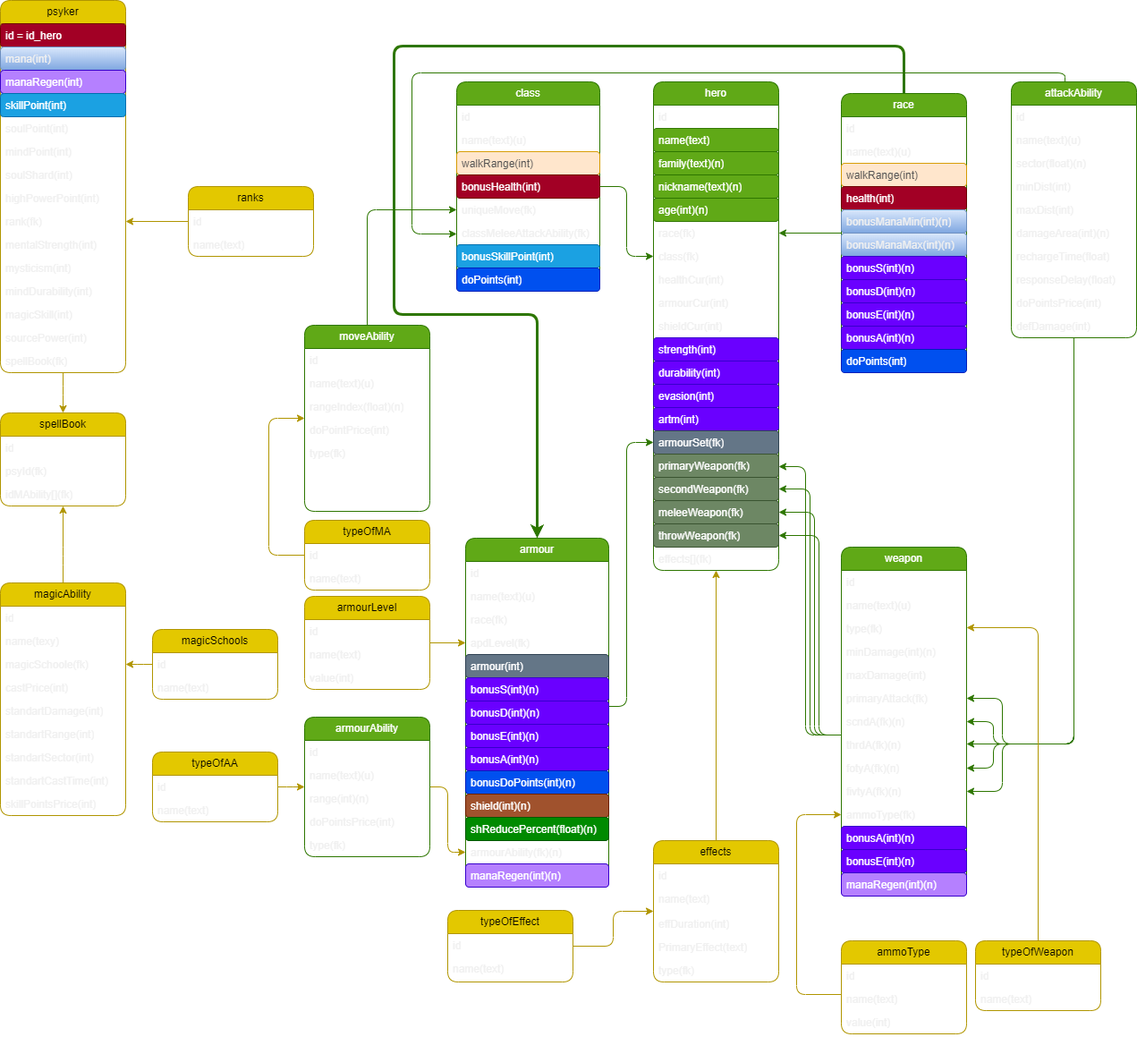
Taeron-Te/WahaGIT keeps this draw.io diagram as Taeron's_Table_Top_RolePlay_Warhammer_40,000_Game_Library_cuted.drawio.png. Above is the earlier version. Source tidied: cells renumbered, new cells last; positions are measured from the earlier drawing's top-left corner, leaving out a move shared by most shapes.
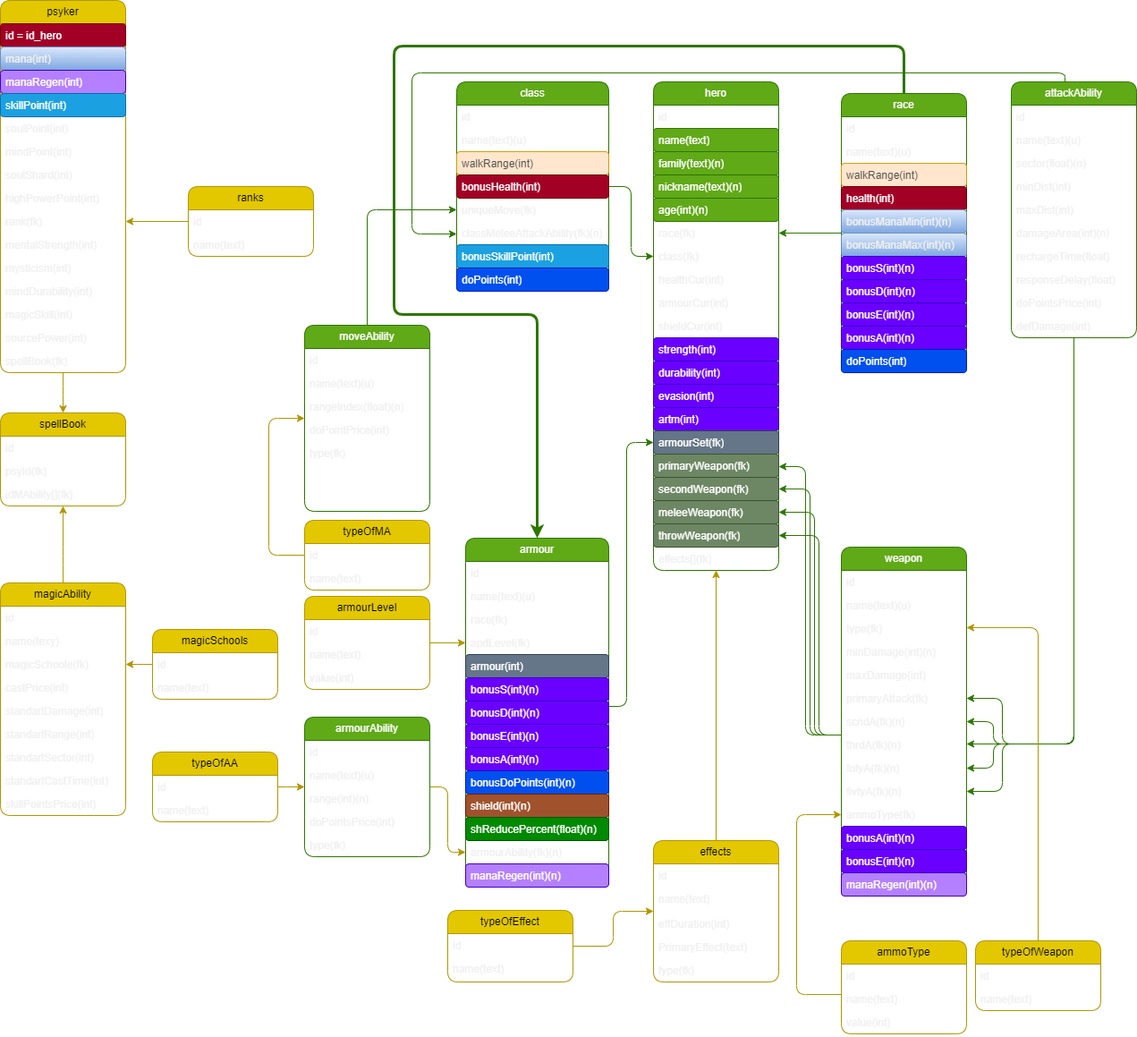
Later version of the same file.

Commit message:
prepare checks

Change to the diagram source:
```diff
@@ -163,31 +163,31 @@
       </mxGeometry>
     </mxCell>
     <mxCell id="53" value="class" style="swimlane;fontStyle=0;horizontal=1;startSize=26;fillColor=#60a917;whiteSpace=wrap;html=1;fontColor=#ffffff;strokeColor=#2D7600;rounded=1;" parent="1" vertex="1">
-      <mxGeometry x="510" y="91" width="160" height="234" as="geometry" />
+      <mxGeometry x="510" y="91" width="170" height="234" as="geometry" />
     </mxCell>
     <mxCell id="54" value="id" style="text;strokeColor=none;fillColor=none;align=left;verticalAlign=top;spacingLeft=4;spacingRight=4;overflow=hidden;whiteSpace=wrap;html=1;rounded=1;" parent="53" vertex="1">
-      <mxGeometry y="26" width="160" height="26" as="geometry" />
+      <mxGeometry y="26" width="170" height="26" as="geometry" />
     </mxCell>
     <mxCell id="55" value="name(text)(u)" style="text;strokeColor=none;fillColor=none;align=left;verticalAlign=top;spacingLeft=4;spacingRight=4;overflow=hidden;whiteSpace=wrap;html=1;rounded=1;" parent="53" vertex="1">
-      <mxGeometry y="52" width="160" height="26" as="geometry" />
+      <mxGeometry y="52" width="170" height="26" as="geometry" />
     </mxCell>
     <mxCell id="56" value="walkRange(int)" style="text;strokeColor=#d79b00;fillColor=#ffe6cc;align=left;verticalAlign=top;spacingLeft=4;spacingRight=4;overflow=hidden;whiteSpace=wrap;html=1;fontColor=#525252;rounded=1;" parent="53" vertex="1">
-      <mxGeometry y="78" width="160" height="26" as="geometry" />
+      <mxGeometry y="78" width="170" height="26" as="geometry" />
     </mxCell>
     <mxCell id="57" value="bonusHealth(int)" style="text;strokeColor=#6F0000;fillColor=#a20025;align=left;verticalAlign=top;spacingLeft=4;spacingRight=4;overflow=hidden;whiteSpace=wrap;html=1;fontColor=#ffffff;rounded=1;" parent="53" vertex="1">
-      <mxGeometry y="104" width="160" height="26" as="geometry" />
+      <mxGeometry y="104" width="170" height="26" as="geometry" />
     </mxCell>
     <mxCell id="58" value="uniqueMove(fk)" style="text;strokeColor=none;fillColor=none;align=left;verticalAlign=top;spacingLeft=4;spacingRight=4;overflow=hidden;points=[[0,0.5],[1,0.5]];portConstraint=eastwest;whiteSpace=wrap;html=1;rounded=1;" parent="53" vertex="1">
-      <mxGeometry y="130" width="160" height="26" as="geometry" />
+      <mxGeometry y="130" width="170" height="26" as="geometry" />
     </mxCell>
-    <mxCell id="59" value="classMeleeAttackAbility(fk)" style="text;strokeColor=none;fillColor=none;align=left;verticalAlign=top;spacingLeft=4;spacingRight=4;overflow=hidden;points=[[0,0.5],[1,0.5]];portConstraint=eastwest;whiteSpace=wrap;html=1;rounded=1;" parent="53" vertex="1">
-      <mxGeometry y="156" width="160" height="26" as="geometry" />
+    <mxCell id="59" value="classMeleeAttackAbility(fk)(n)" style="text;strokeColor=none;fillColor=none;align=left;verticalAlign=top;spacingLeft=4;spacingRight=4;overflow=hidden;points=[[0,0.5],[1,0.5]];portConstraint=eastwest;whiteSpace=wrap;html=1;rounded=1;" parent="53" vertex="1">
+      <mxGeometry y="156" width="170" height="26" as="geometry" />
     </mxCell>
     <mxCell id="60" value="bonusSkillPoint(int)" style="text;strokeColor=#006EAF;fillColor=#1ba1e2;align=left;verticalAlign=top;spacingLeft=4;spacingRight=4;overflow=hidden;whiteSpace=wrap;html=1;fontColor=#ffffff;rounded=1;" parent="53" vertex="1">
-      <mxGeometry y="182" width="160" height="26" as="geometry" />
+      <mxGeometry y="182" width="170" height="26" as="geometry" />
     </mxCell>
     <mxCell id="61" value="doPoints(int)" style="text;strokeColor=#001DBC;fillColor=#0050ef;align=left;verticalAlign=top;spacingLeft=4;spacingRight=4;overflow=hidden;whiteSpace=wrap;html=1;fontColor=#ffffff;rounded=1;" parent="53" vertex="1">
-      <mxGeometry y="208" width="160" height="26" as="geometry" />
+      <mxGeometry y="208" width="170" height="26" as="geometry" />
     </mxCell>
     <mxCell id="62" style="edgeStyle=orthogonalEdgeStyle;rounded=1;jettySize=auto;html=1;fillColor=#60a917;strokeColor=#2D7600;" parent="1" edge="1" source="66" target="18">
       <mxGeometry relative="1" as="geometry">
```
